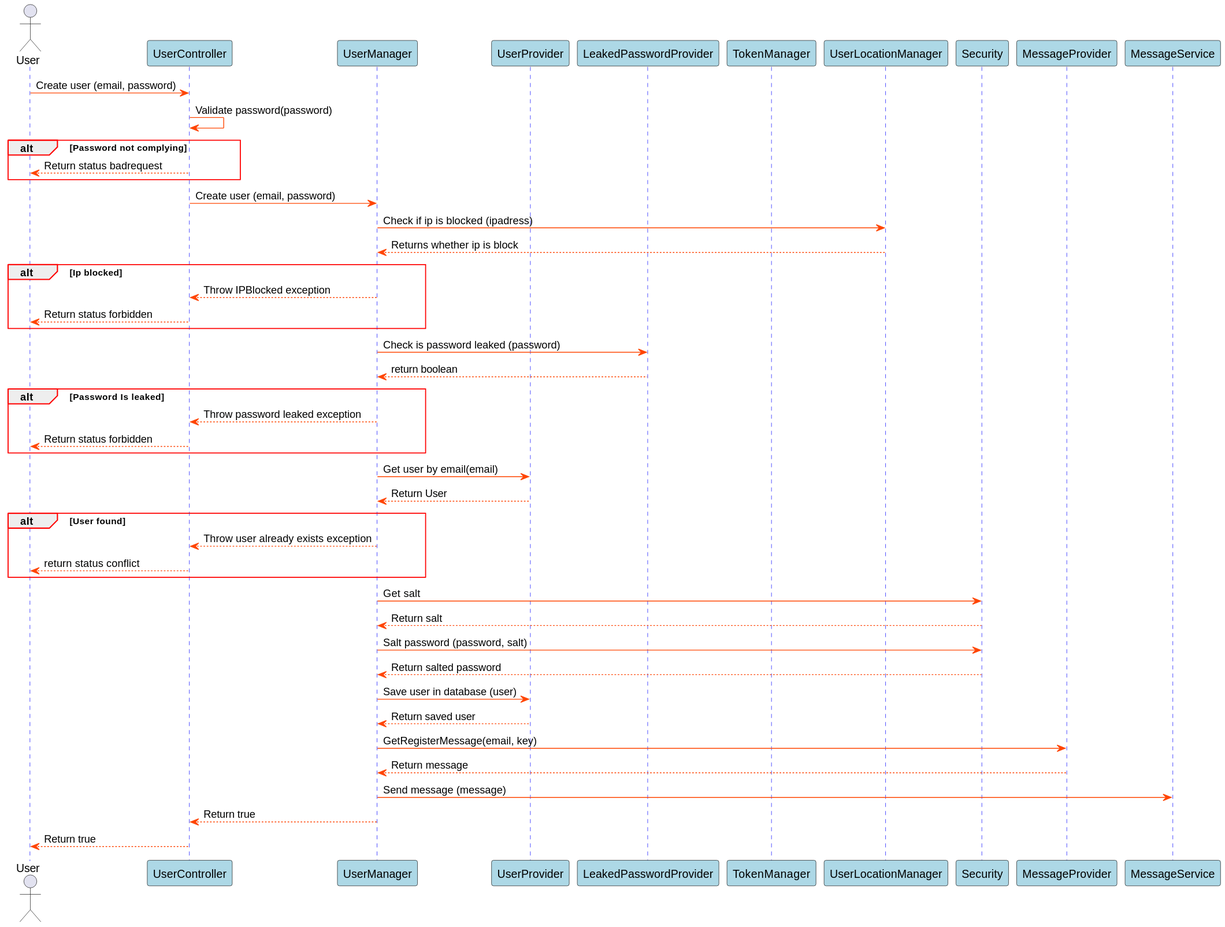
Earlier version of the PlantUML export Docs/out/SDDiagrams/CreateUserSD/Create User SD.svg (blackout1471/trust-us-school).
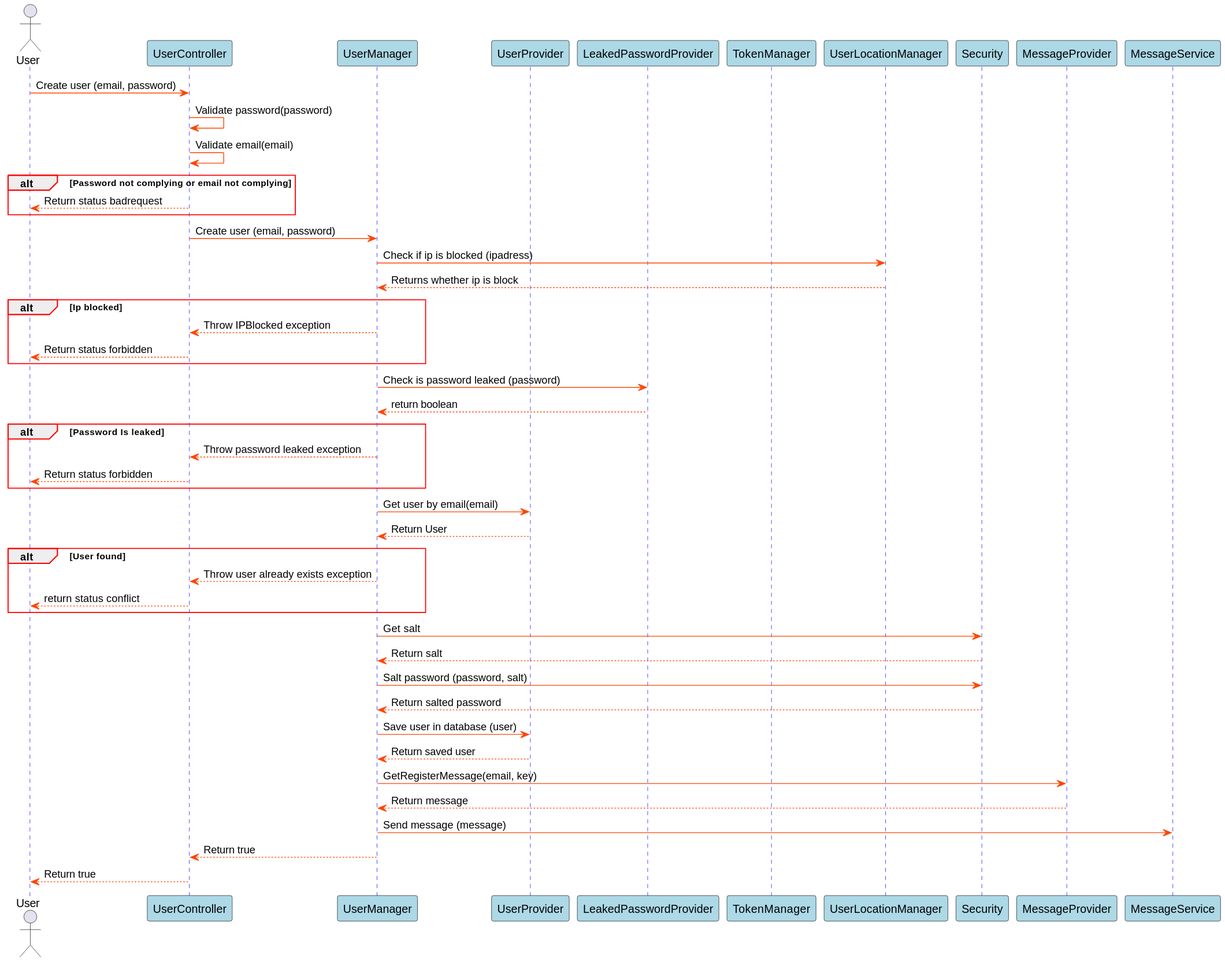
The same file after the commit.

Commit message:
Added email validation (#25)

Change to the diagram source:
```diff
@@ -26,8 +26,9 @@
 
 User->UserController: Create user (email, password)
 UserController->UserController: Validate password(password)
+UserController->UserController: Validate email(email)
 
-alt Password not complying
+alt Password not complying or email not complying
 UserController-->User: Return status badrequest
 end
 
```
